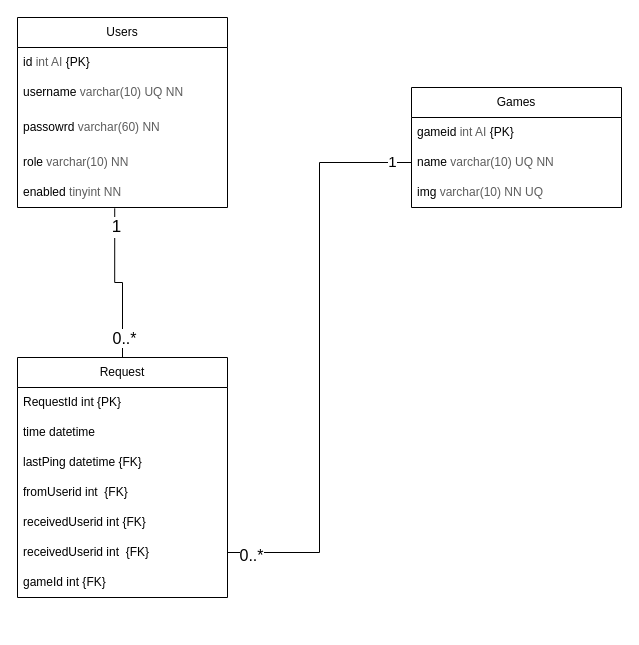
moab01567/game keeps this draw.io diagram as database er-modell/Database ER-model.drawio. Above is the earlier version. Source tidied: cells renumbered, new cells numbered last; positions are measured from the earlier drawing's top-left corner, leaving out a move shared by most shapes. Both pictures are drawn from the tidied source at 100%, with x=0, y=0 at pixel (17, 17).
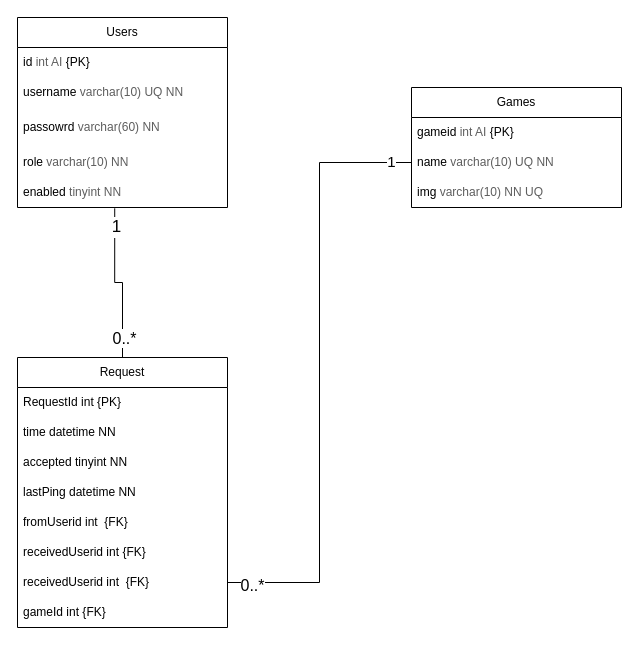
The same diagram, later.

Commit message:
added accepted column in Request table

Diff of the diagram source:
```diff
@@
     <mxCell id="12" value="Request" style="swimlane;fontStyle=0;horizontal=1;startSize=30;whiteSpace=wrap;html=1;" parent="1" vertex="1">
-      <mxGeometry y="340" width="210" height="240" as="geometry" />
+      <mxGeometry y="340" width="210" height="270" as="geometry" />
     </mxCell>
@@
-    <mxCell id="14" value="time datetime" style="text;strokeColor=none;fillColor=none;align=left;verticalAlign=middle;spacingLeft=4;spacingRight=4;overflow=hidden;whiteSpace=wrap;html=1;" parent="12" vertex="1">
+    <mxCell id="14" value="time datetime NN" style="text;strokeColor=none;fillColor=none;align=left;verticalAlign=middle;spacingLeft=4;spacingRight=4;overflow=hidden;whiteSpace=wrap;html=1;" parent="12" vertex="1">
       <mxGeometry y="60" width="210" height="30" as="geometry" />
     </mxCell>
+    <mxCell id="27" value="accepted tinyint NN" style="text;strokeColor=none;fillColor=none;align=left;verticalAlign=middle;spacingLeft=4;spacingRight=4;overflow=hidden;whiteSpace=wrap;html=1;" parent="12" vertex="1">
+      <mxGeometry y="90" width="210" height="30" as="geometry" />
+    </mxCell>
-    <mxCell id="15" value="lastPing datetime&amp;nbsp;{FK}" style="text;strokeColor=none;fillColor=none;align=left;verticalAlign=middle;spacingLeft=4;spacingRight=4;overflow=hidden;whiteSpace=wrap;html=1;" parent="12" vertex="1">
-      <mxGeometry y="90" width="210" height="30" as="geometry" />
+    <mxCell id="15" value="lastPing datetime NN" style="text;strokeColor=none;fillColor=none;align=left;verticalAlign=middle;spacingLeft=4;spacingRight=4;overflow=hidden;whiteSpace=wrap;html=1;" parent="12" vertex="1">
+      <mxGeometry y="120" width="210" height="30" as="geometry" />
     </mxCell>
     <mxCell id="16" value="fromUserid int&amp;nbsp; {FK}" style="text;strokeColor=none;fillColor=none;align=left;verticalAlign=middle;spacingLeft=4;spacingRight=4;overflow=hidden;whiteSpace=wrap;html=1;" parent="12" vertex="1">
-      <mxGeometry y="120" width="210" height="30" as="geometry" />
+      <mxGeometry y="150" width="210" height="30" as="geometry" />
     </mxCell>
     <mxCell id="17" value="receivedUserid int {FK}" style="text;strokeColor=none;fillColor=none;align=left;verticalAlign=middle;spacingLeft=4;spacingRight=4;overflow=hidden;whiteSpace=wrap;html=1;" parent="12" vertex="1">
-      <mxGeometry y="150" width="210" height="30" as="geometry" />
+      <mxGeometry y="180" width="210" height="30" as="geometry" />
     </mxCell>
     <mxCell id="18" value="receivedUserid int&amp;nbsp; {FK}" style="text;strokeColor=none;fillColor=none;align=left;verticalAlign=middle;spacingLeft=4;spacingRight=4;overflow=hidden;points=[[0,0.5],[1,0.5]];portConstraint=eastwest;whiteSpace=wrap;html=1;" parent="12" vertex="1">
-      <mxGeometry y="180" width="210" height="30" as="geometry" />
+      <mxGeometry y="210" width="210" height="30" as="geometry" />
     </mxCell>
     <mxCell id="19" value="gameId int {FK}" style="text;strokeColor=none;fillColor=none;align=left;verticalAlign=middle;spacingLeft=4;spacingRight=4;overflow=hidden;whiteSpace=wrap;html=1;" parent="12" vertex="1">
-      <mxGeometry y="210" width="210" height="30" as="geometry" />
+      <mxGeometry y="240" width="210" height="30" as="geometry" />
     </mxCell>
```
